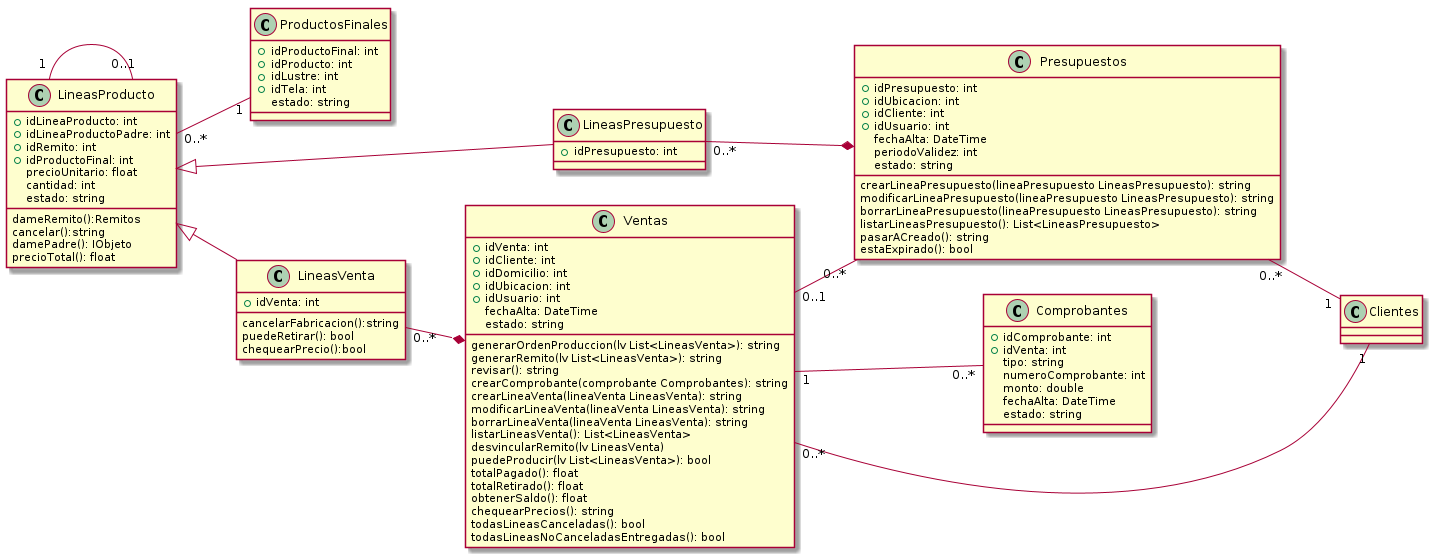
Earlier version of the PlantUML export Informe Final/Imagenes/DiagramaClases/Vistas/vistaPresupuestosVentas.png (ZMGestion/DocumentacionZMGestion).
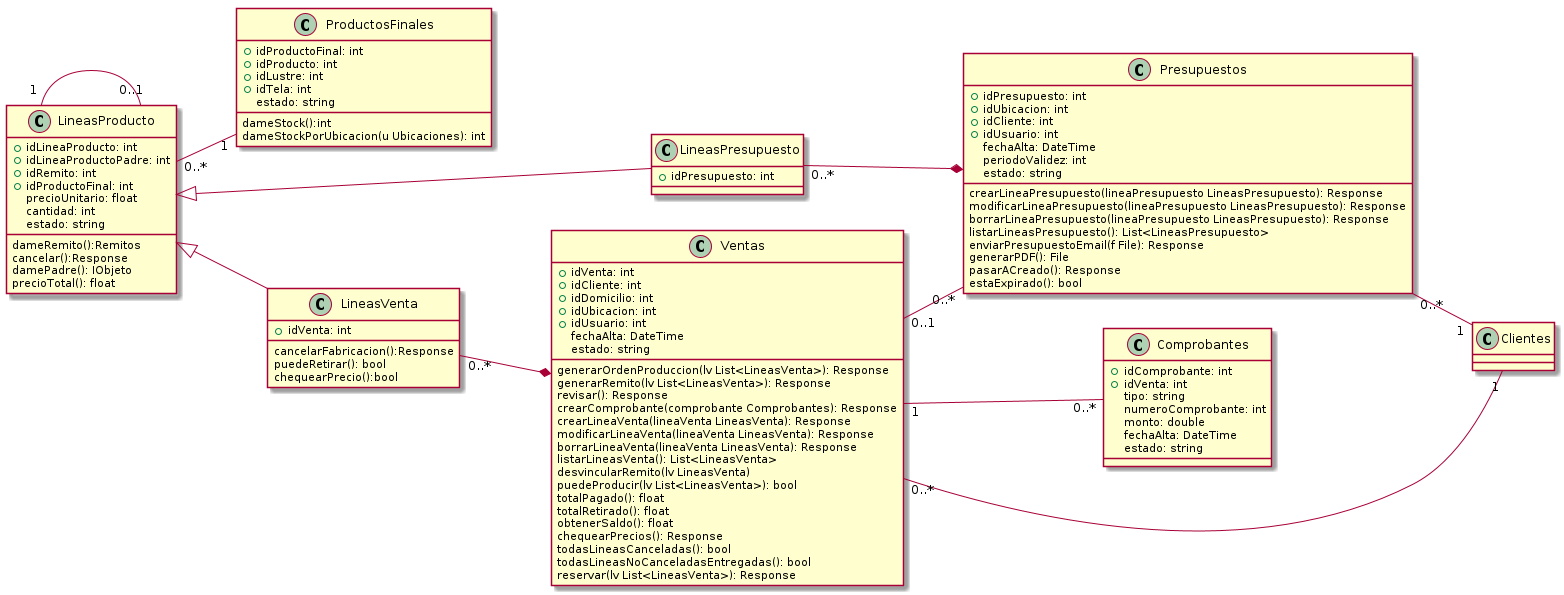
Later version of the same file.

What changed in the source:
```diff
@@ -5,6 +5,9 @@
     +idLustre: int
     +idTela: int
     estado: string
+
+    dameStock():int
+    dameStockPorUbicacion(u Ubicaciones): int
 
 
 }
@@ -18,17 +21,16 @@
     estado: string
 
     dameRemito():Remitos
-    cancelar():string
+    cancelar():Response
     damePadre(): IObjeto
     precioTotal(): float
 }
 class LineasVenta{
     +idVenta: int
 
-    cancelarFabricacion():string
+    cancelarFabricacion():Response
     puedeRetirar(): bool
     chequearPrecio():bool
-
 
 }
 class LineasPresupuesto{
@@ -43,22 +45,23 @@
     fechaAlta: DateTime
     estado: string
 
-    generarOrdenProduccion(lv List<LineasVenta>): string
-    generarRemito(lv List<LineasVenta>): string
-    revisar(): string
-    crearComprobante(comprobante Comprobantes): string
-    crearLineaVenta(lineaVenta LineasVenta): string
-    modificarLineaVenta(lineaVenta LineasVenta): string
-    borrarLineaVenta(lineaVenta LineasVenta): string
+    generarOrdenProduccion(lv List<LineasVenta>): Response
+    generarRemito(lv List<LineasVenta>): Response
+    revisar(): Response
+    crearComprobante(comprobante Comprobantes): Response
+    crearLineaVenta(lineaVenta LineasVenta): Response
+    modificarLineaVenta(lineaVenta LineasVenta): Response
+    borrarLineaVenta(lineaVenta LineasVenta): Response
     listarLineasVenta(): List<LineasVenta>
     desvincularRemito(lv LineasVenta)
     puedeProducir(lv List<LineasVenta>): bool
     totalPagado(): float
     totalRetirado(): float
     obtenerSaldo(): float
-    chequearPrecios(): string
+    chequearPrecios(): Response
     todasLineasCanceladas(): bool
     todasLineasNoCanceladasEntregadas(): bool
+    reservar(lv List<LineasVenta>): Response
 
 }
 class Presupuestos{
@@ -70,11 +73,13 @@
     periodoValidez: int
     estado: string
 
-    crearLineaPresupuesto(lineaPresupuesto LineasPresupuesto): string
-    modificarLineaPresupuesto(lineaPresupuesto LineasPresupuesto): string
-    borrarLineaPresupuesto(lineaPresupuesto LineasPresupuesto): string
+    crearLineaPresupuesto(lineaPresupuesto LineasPresupuesto): Response
+    modificarLineaPresupuesto(lineaPresupuesto LineasPresupuesto): Response
+    borrarLineaPresupuesto(lineaPresupuesto LineasPresupuesto): Response
     listarLineasPresupuesto(): List<LineasPresupuesto>
-    pasarACreado(): string
+    enviarPresupuestoEmail(f File): Response
+    generarPDF(): File
+    pasarACreado(): Response
     estaExpirado(): bool
 }
 class Comprobantes{
```
